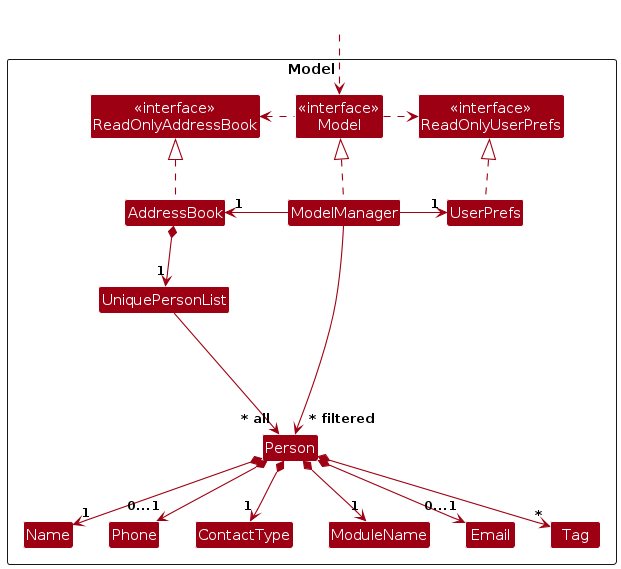
Above: diagrams/ModelClassDiagram.png in SlothyCat/tp (PlantUML), before the change. Its source is kept beside it as diagrams/ModelClassDiagram.puml.
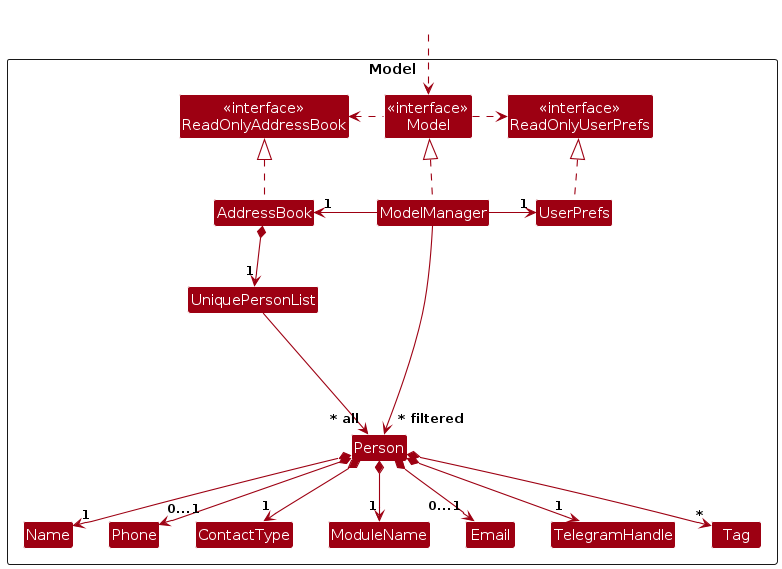
Later version of the same file.

The edit, as a diff of the source:
```diff
@@ -19,6 +19,7 @@
 Class Email
 Class Name
 Class Phone
+Class TelegramHandle
 Class Tag
 
 Class I #FFFFFF
@@ -39,6 +40,7 @@
 AddressBook *--> "1" UniquePersonList
 UniquePersonList --> "~* all" Person
 Person *--> "1" ContactType
+Person *--> "1" TelegramHandle
 Person *--> "1" ModuleName
 Person *--> "1" Name
 Person *--> "0...1"Phone
```
